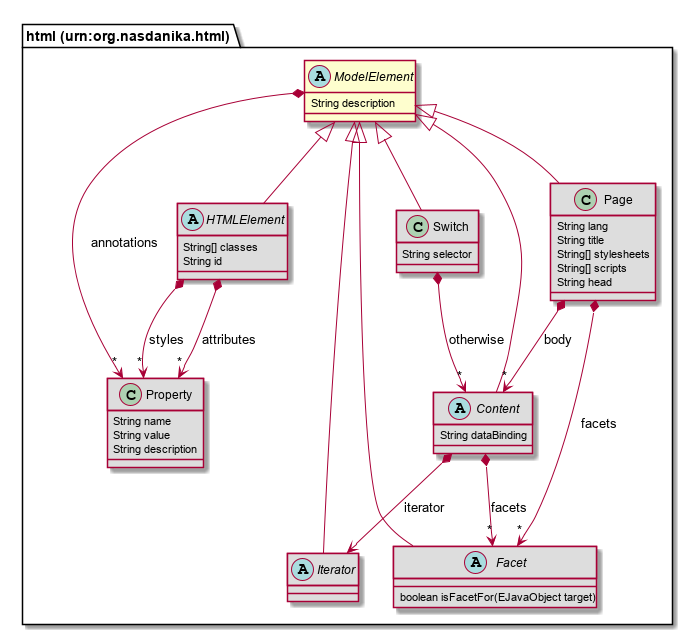
Earlier version of the PlantUML export repository/src/site/resources/model-doc/75726e3a6f72672e6e617364616e696b612e68746d6c/ModelElement.png (Nasdanika/html).
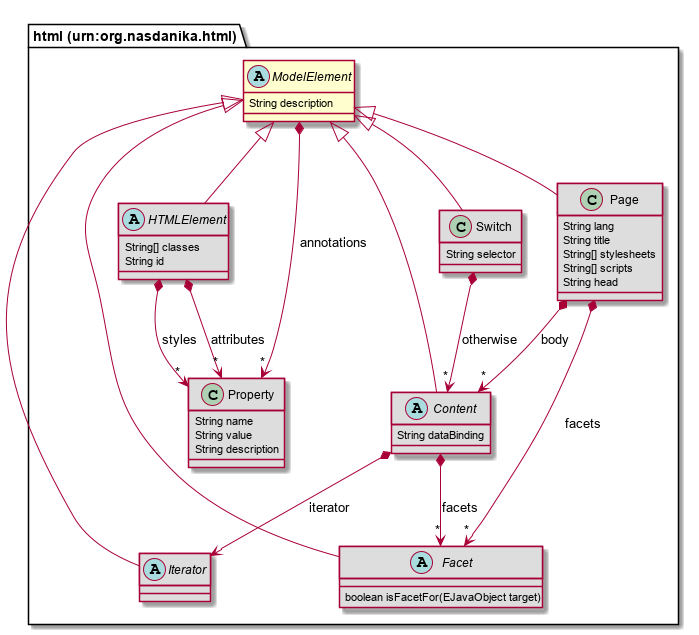
Above is the later version.

The edit, as a diff of the source:
```diff
@@ -1,15 +1,6 @@
 @startuml
 abstract class "html (urn:org.nasdanika.html).ModelElement" [[#router/doc-content/75726e3a6f72672e6e617364616e696b612e68746d6c/ModelElement.html{Base class for other model elements featuring description and properties.}]] {
 	String description
-}
-abstract class "html (urn:org.nasdanika.html).HTMLElement" [[#router/doc-content/75726e3a6f72672e6e617364616e696b612e68746d6c/HTMLElement.html{Base class for HTML elements}]] #DDDDDD {
-	String[] classes
-	String id
-}
-abstract class "html (urn:org.nasdanika.html).Content" [[#router/doc-content/75726e3a6f72672e6e617364616e696b612e68746d6c/Content.html{Base class for content.}]] #DDDDDD {
-	String dataBinding
-}
-abstract class "html (urn:org.nasdanika.html).Iterator" [[#router/doc-content/75726e3a6f72672e6e617364616e696b612e68746d6c/Iterator.html{Iterator produces zero or more values. }]] #DDDDDD {
 }
 class "html (urn:org.nasdanika.html).Page" [[#router/doc-content/75726e3a6f72672e6e617364616e696b612e68746d6c/Page.html{HTML page containing other content.}]] #DDDDDD {
 	String lang
@@ -23,24 +14,33 @@
 	String value
 	String description
 }
+abstract class "html (urn:org.nasdanika.html).Iterator" [[#router/doc-content/75726e3a6f72672e6e617364616e696b612e68746d6c/Iterator.html{Iterator produces zero or more values. }]] #DDDDDD {
+}
+abstract class "html (urn:org.nasdanika.html).HTMLElement" [[#router/doc-content/75726e3a6f72672e6e617364616e696b612e68746d6c/HTMLElement.html{Base class for HTML elements}]] #DDDDDD {
+	String[] classes
+	String id
+}
+abstract class "html (urn:org.nasdanika.html).Content" [[#router/doc-content/75726e3a6f72672e6e617364616e696b612e68746d6c/Content.html{Base class for content.}]] #DDDDDD {
+	String dataBinding
+}
 class "html (urn:org.nasdanika.html).Switch" [[#router/doc-content/75726e3a6f72672e6e617364616e696b612e68746d6c/Switch.html{Switch allows to select content of one of its cases of the default (otherwise) content based on a selector value matching on of the case values or not matching any value in which case the otherwise content will be selected, if it is present.}]] #DDDDDD {
 	String selector
 }
 abstract class "html (urn:org.nasdanika.html).Facet" [[#router/doc-content/75726e3a6f72672e6e617364616e696b612e68746d6c/Facet.html{Model element facets customize elements for a specific purpose. }]] #DDDDDD {
 	boolean isFacetFor(EJavaObject target)
 }
+"html (urn:org.nasdanika.html).ModelElement" <|-- "html (urn:org.nasdanika.html).Page"
+"html (urn:org.nasdanika.html).ModelElement" <|-- "html (urn:org.nasdanika.html).Iterator"
 "html (urn:org.nasdanika.html).ModelElement" <|-- "html (urn:org.nasdanika.html).HTMLElement"
 "html (urn:org.nasdanika.html).ModelElement" <|-- "html (urn:org.nasdanika.html).Content"
-"html (urn:org.nasdanika.html).ModelElement" <|-- "html (urn:org.nasdanika.html).Iterator"
-"html (urn:org.nasdanika.html).ModelElement" <|-- "html (urn:org.nasdanika.html).Page"
 "html (urn:org.nasdanika.html).ModelElement" <|-- "html (urn:org.nasdanika.html).Switch"
 "html (urn:org.nasdanika.html).ModelElement" <|-- "html (urn:org.nasdanika.html).Facet"
+"html (urn:org.nasdanika.html).Page" *--> "*" "html (urn:org.nasdanika.html).Content" : body
+"html (urn:org.nasdanika.html).Page" *--> "*" "html (urn:org.nasdanika.html).Facet" : facets
 "html (urn:org.nasdanika.html).HTMLElement" *--> "*" "html (urn:org.nasdanika.html).Property" : attributes
 "html (urn:org.nasdanika.html).HTMLElement" *--> "*" "html (urn:org.nasdanika.html).Property" : styles
 "html (urn:org.nasdanika.html).Content" *--> "html (urn:org.nasdanika.html).Iterator" : iterator
 "html (urn:org.nasdanika.html).Content" *--> "*" "html (urn:org.nasdanika.html).Facet" : facets
-"html (urn:org.nasdanika.html).Page" *--> "*" "html (urn:org.nasdanika.html).Content" : body
-"html (urn:org.nasdanika.html).Page" *--> "*" "html (urn:org.nasdanika.html).Facet" : facets
 "html (urn:org.nasdanika.html).Switch" *--> "*" "html (urn:org.nasdanika.html).Content" : otherwise
 "html (urn:org.nasdanika.html).ModelElement" *--> "*" "html (urn:org.nasdanika.html).Property" : annotations
 @enduml
```
